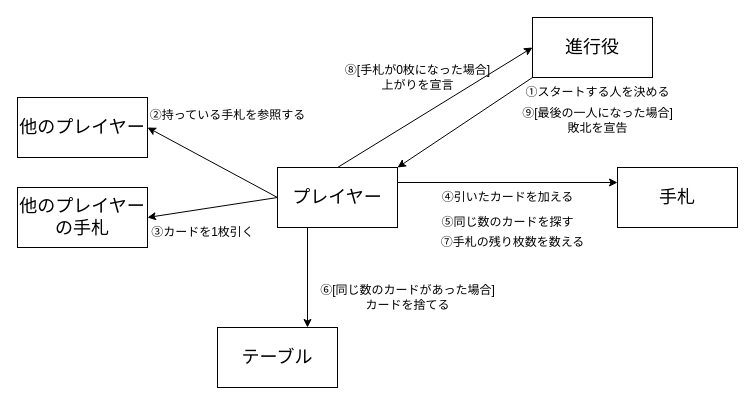
This is page "ページ1" (1 of 2) of src/Work6/Work6-4.drawio from ucsaeki/naze_java, a draw.io file, before an edit. Source tidied: cells renumbered, new cells numbered last; positions are measured from the earlier drawing's top-left corner, leaving out a move shared by most shapes. Both pictures are drawn from the tidied source at 100%, with x=0, y=0 at pixel (17, 17).
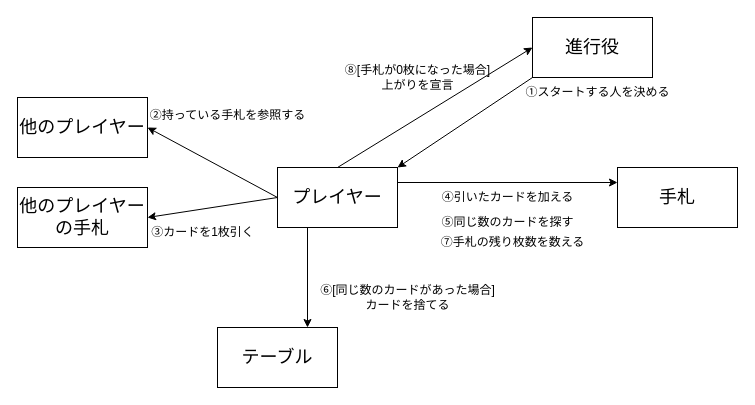
The same page after the edit.

What changed in the source:
```diff
@@
-    <mxCell id="22" value="⑨[最後の一人になった場合]&lt;div&gt;敗北を宣告&lt;/div&gt;" style="text;html=1;align=center;verticalAlign=middle;strokeColor=none;fillColor=none;" parent="1" vertex="1">
-      <mxGeometry x="495" y="83" width="170" height="40" as="geometry" />
-    </mxCell>
```
